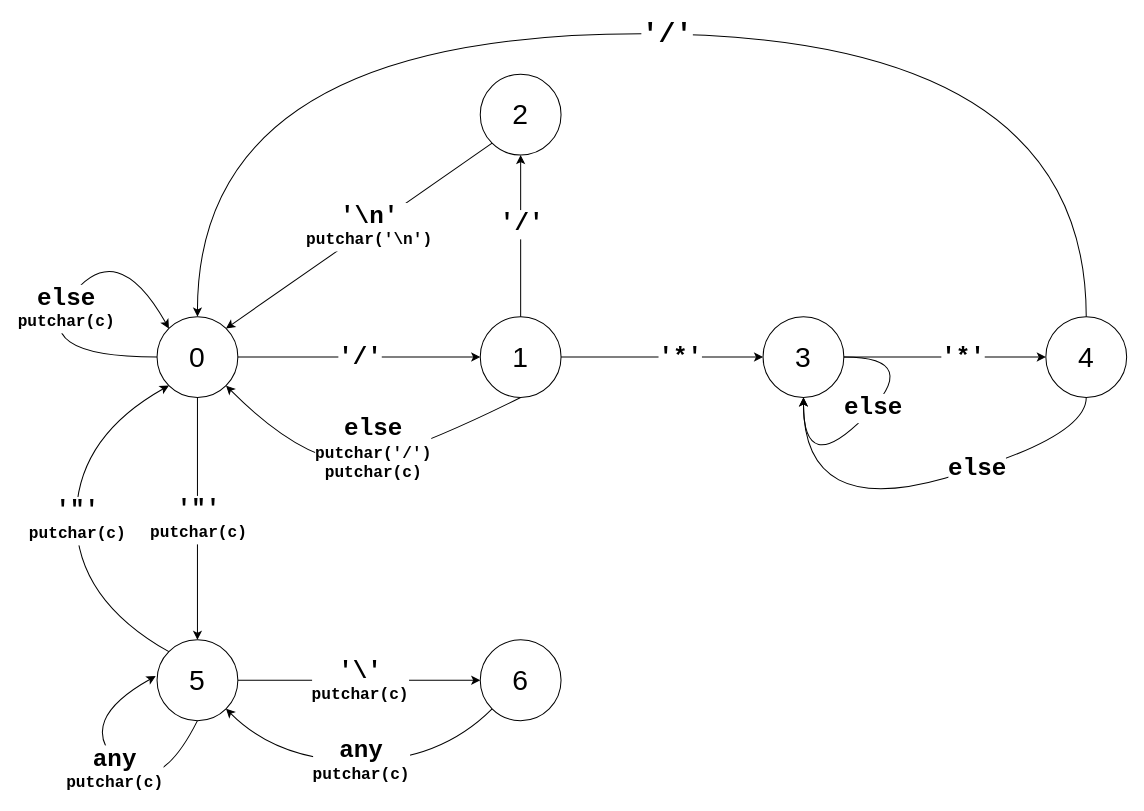
Before: FSM_diagram/fsm-uncommenter.drawio in okurka12/c_uncommenter, a draw.io diagram. Source tidied: cells renumbered, new cells numbered last; positions are measured from the earlier drawing's top-left corner, leaving out a move shared by most shapes. Both pictures are drawn from the tidied source at 101%, with x=0, y=0 at pixel (25, 33).
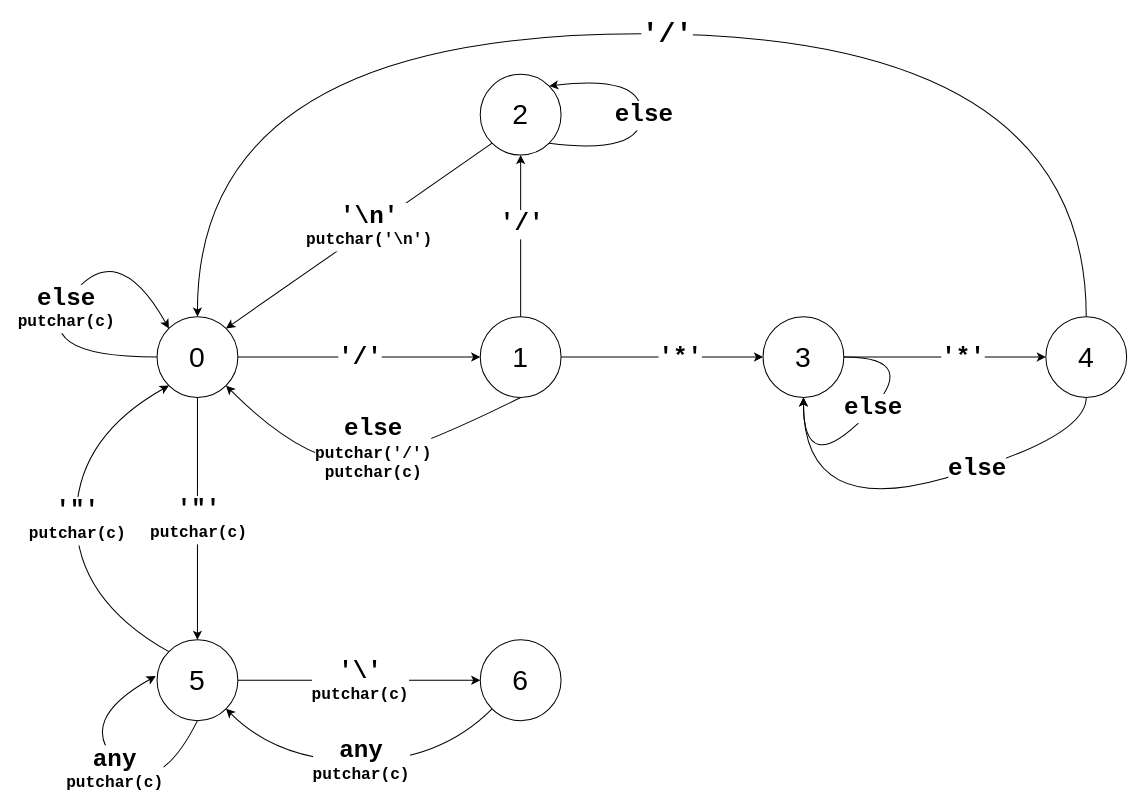
After the change.

Commit message:
add missing transition in FSM diagram

The change refers to these unchanged cells:
```xml
<mxCell id="6" value="&lt;font style=&quot;font-size: 28px;&quot;&gt;2&lt;/font&gt;" style="ellipse;whiteSpace=wrap;html=1;" parent="1" vertex="1">
  <mxGeometry x="450" y="40" width="80" height="80" as="geometry" />
</mxCell>
```

Change to the diagram source:
```diff
@@
+    <mxCell id="39" style="curved=1;endArrow=classic;html=1;rounded=0;exitX=1;exitY=1;exitDx=0;exitDy=0;entryX=1;entryY=0;entryDx=0;entryDy=0;" parent="1" edge="1" source="6" target="6">
+      <mxGeometry relative="1" as="geometry">
+        <Array as="points">
+          <mxPoint x="610" y="120" />
+          <mxPoint x="610" y="40" />
+        </Array>
+      </mxGeometry>
+    </mxCell>
+    <mxCell id="40" value="&lt;font face=&quot;Courier New&quot;&gt;&lt;span style=&quot;font-size: 24px;&quot;&gt;&lt;b&gt;else&lt;/b&gt;&lt;/span&gt;&lt;/font&gt;" style="edgeLabel;html=1;align=center;verticalAlign=middle;" parent="39" vertex="1">
+      <mxGeometry x="-0.08" y="-1" relative="1" as="geometry">
+        <mxPoint y="-10" as="offset" />
+      </mxGeometry>
+    </mxCell>
```
